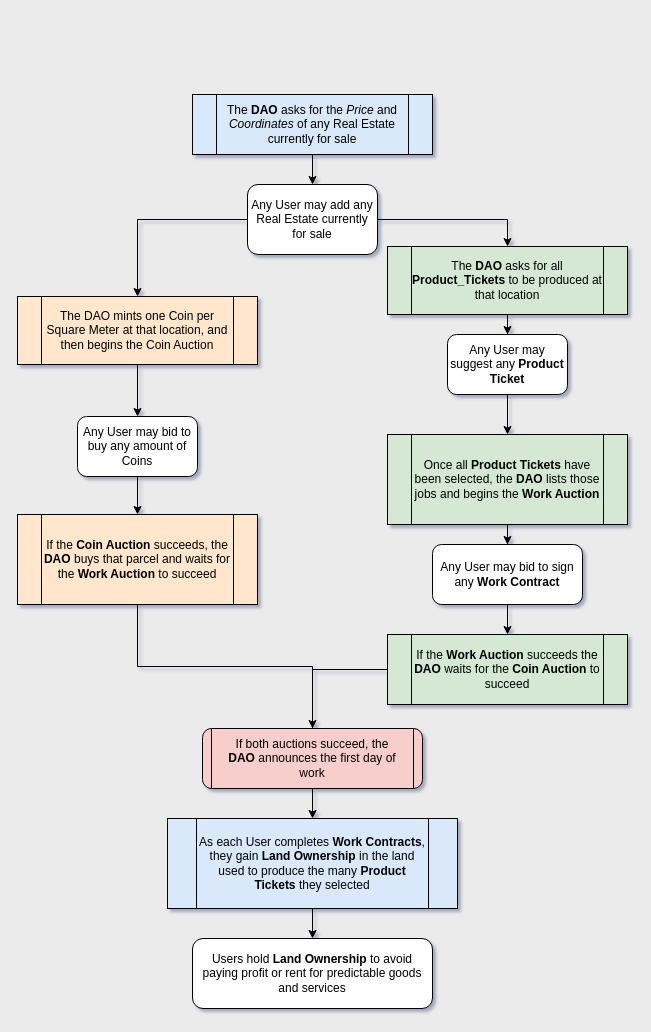
Before: ECVM_flowchart.drawio in Patrick-T-Anderson/Patrick-T-Anderson.github.io, a draw.io diagram. Source tidied: cells renumbered, new cells numbered last; positions are measured from the earlier drawing's top-left corner, leaving out a move shared by most shapes. Both pictures are drawn from the tidied source at 100%, with x=0, y=0 at pixel (17, 94).
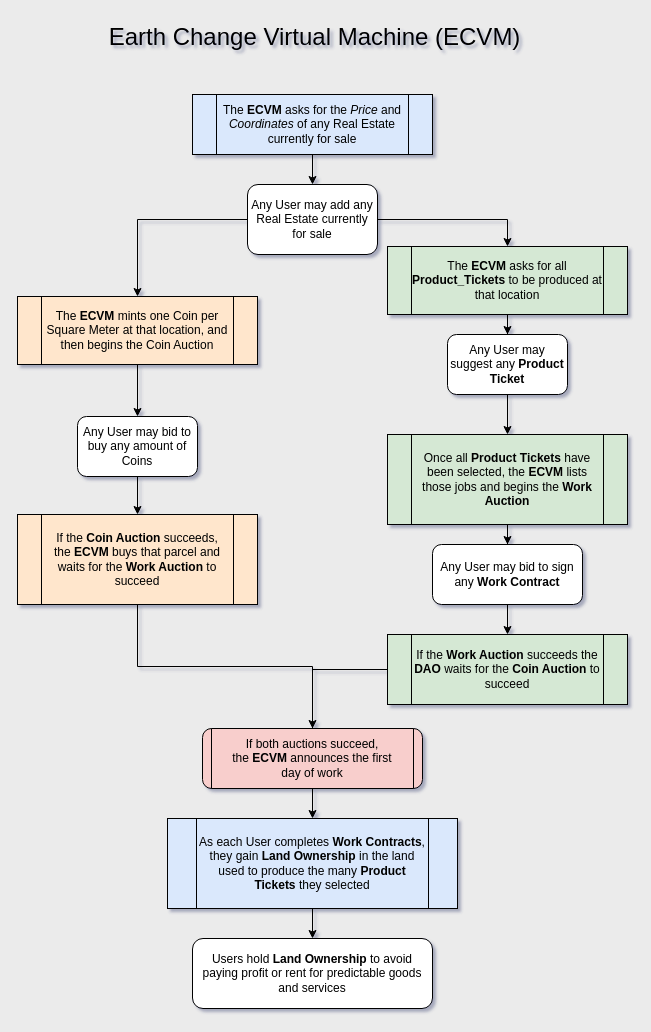
The same diagram, later.

What changed in the source:
```diff
@@
-    <mxCell id="8" value="The DAO mints one Coin per Square Meter at that location, and then begins&amp;nbsp;the Coin Auction" style="shape=process;whiteSpace=wrap;html=1;fillColor=#ffe6cc;strokeColor=default;backgroundOutline=1;" parent="1" vertex="1">
+    <mxCell id="8" value="The&amp;nbsp;&lt;b style=&quot;border-color: var(--border-color);&quot;&gt;ECVM&lt;/b&gt;&amp;nbsp;mints one Coin per Square Meter at that location, and then begins&amp;nbsp;the Coin Auction" style="shape=process;whiteSpace=wrap;html=1;fillColor=#ffe6cc;strokeColor=default;backgroundOutline=1;" parent="1" vertex="1">
       <mxGeometry y="202" width="240" height="68" as="geometry" />
     </mxCell>
@@
-    <mxCell id="10" value="If the &lt;b&gt;Coin Auction&lt;/b&gt; succeeds, the &lt;b&gt;DAO&lt;/b&gt; buys that parcel and waits for the&amp;nbsp;&lt;b&gt;Work Auction&lt;/b&gt;&amp;nbsp;to succeed" style="shape=process;whiteSpace=wrap;html=1;fillColor=#ffe6cc;strokeColor=default;backgroundOutline=1;" parent="1" vertex="1">
+    <mxCell id="10" value="If the &lt;b&gt;Coin Auction&lt;/b&gt; succeeds, the&amp;nbsp;&lt;b style=&quot;border-color: var(--border-color);&quot;&gt;ECVM&lt;/b&gt;&amp;nbsp;buys that parcel and waits for the&amp;nbsp;&lt;b&gt;Work Auction&lt;/b&gt;&amp;nbsp;to succeed" style="shape=process;whiteSpace=wrap;html=1;fillColor=#ffe6cc;strokeColor=default;backgroundOutline=1;" parent="1" vertex="1">
       <mxGeometry y="420" width="240" height="90" as="geometry" />
     </mxCell>
@@
-    <mxCell id="12" value="The &lt;b&gt;DAO&lt;/b&gt;&amp;nbsp;asks for all &lt;b&gt;Product_Tickets&lt;/b&gt;&amp;nbsp;to be produced at that location" style="shape=process;whiteSpace=wrap;html=1;fillColor=#d5e8d4;strokeColor=default;backgroundOutline=1;" parent="1" vertex="1">
+    <mxCell id="12" value="The&amp;nbsp;&lt;b style=&quot;border-color: var(--border-color);&quot;&gt;ECVM&lt;/b&gt;&amp;nbsp;asks for all &lt;b&gt;Product_Tickets&lt;/b&gt;&amp;nbsp;to be produced at that location" style="shape=process;whiteSpace=wrap;html=1;fillColor=#d5e8d4;strokeColor=default;backgroundOutline=1;" parent="1" vertex="1">
       <mxGeometry x="370" y="152" width="240" height="68" as="geometry" />
     </mxCell>
@@
-    <mxCell id="18" value="The &lt;b&gt;DAO&lt;/b&gt;&amp;nbsp;asks for the &lt;i&gt;Price&lt;/i&gt;&amp;nbsp;and &lt;i&gt;Coordinates&lt;/i&gt;&amp;nbsp;of any Real Estate currently for sale" style="shape=process;whiteSpace=wrap;html=1;fillColor=#dae8fc;strokeColor=default;backgroundOutline=1;" parent="1" vertex="1">
+    <mxCell id="18" value="The &lt;b&gt;ECVM&lt;/b&gt;&amp;nbsp;asks for the &lt;i&gt;Price&lt;/i&gt;&amp;nbsp;and &lt;i&gt;Coordinates&lt;/i&gt;&amp;nbsp;of any Real Estate currently for sale" style="shape=process;whiteSpace=wrap;html=1;fillColor=#dae8fc;strokeColor=default;backgroundOutline=1;" parent="1" vertex="1">
       <mxGeometry x="175" width="240" height="60" as="geometry" />
     </mxCell>
@@
-    <mxCell id="20" value="Once all&amp;nbsp;&lt;b&gt;Product Tickets&lt;/b&gt;&amp;nbsp;have been selected, the &lt;b&gt;DAO&lt;/b&gt;&amp;nbsp;lists those jobs and begins the &lt;b&gt;Work Auction&lt;/b&gt;" style="shape=process;whiteSpace=wrap;html=1;fillColor=#d5e8d4;strokeColor=default;backgroundOutline=1;" parent="1" vertex="1">
+    <mxCell id="20" value="Once all&amp;nbsp;&lt;b&gt;Product Tickets&lt;/b&gt;&amp;nbsp;have been selected, the&amp;nbsp;&lt;b style=&quot;border-color: var(--border-color);&quot;&gt;ECVM&lt;/b&gt;&amp;nbsp;lists those jobs and begins the &lt;b&gt;Work Auction&lt;/b&gt;" style="shape=process;whiteSpace=wrap;html=1;fillColor=#d5e8d4;strokeColor=default;backgroundOutline=1;" parent="1" vertex="1">
       <mxGeometry x="370" y="340" width="240" height="90" as="geometry" />
     </mxCell>
@@
-    <mxCell id="24" value="If both auctions succeed, the &lt;b&gt;DAO&lt;/b&gt;&amp;nbsp;announces the first day of work" style="rounded=1;whiteSpace=wrap;html=1;shape=process;fillColor=#f8cecc;strokeColor=default;backgroundOutline=1;fixedSize=1;" parent="1" vertex="1">
+    <mxCell id="24" value="If both auctions succeed, the&amp;nbsp;&lt;b style=&quot;border-color: var(--border-color);&quot;&gt;ECVM&lt;/b&gt;&amp;nbsp;announces the first day of work" style="rounded=1;whiteSpace=wrap;html=1;shape=process;fillColor=#f8cecc;strokeColor=default;backgroundOutline=1;fixedSize=1;" parent="1" vertex="1">
       <mxGeometry x="185" y="634" width="220" height="60" as="geometry" />
     </mxCell>
@@
+    <mxCell id="28" value="&lt;font style=&quot;font-size: 24px;&quot;&gt;Earth Change Virtual Machine (ECVM)&lt;/font&gt;" style="text;html=1;align=center;verticalAlign=middle;strokeColor=none;fillColor=none;" parent="1" vertex="1">
+      <mxGeometry x="82" y="-77.5" width="430" height="41" as="geometry" />
+    </mxCell>
```
